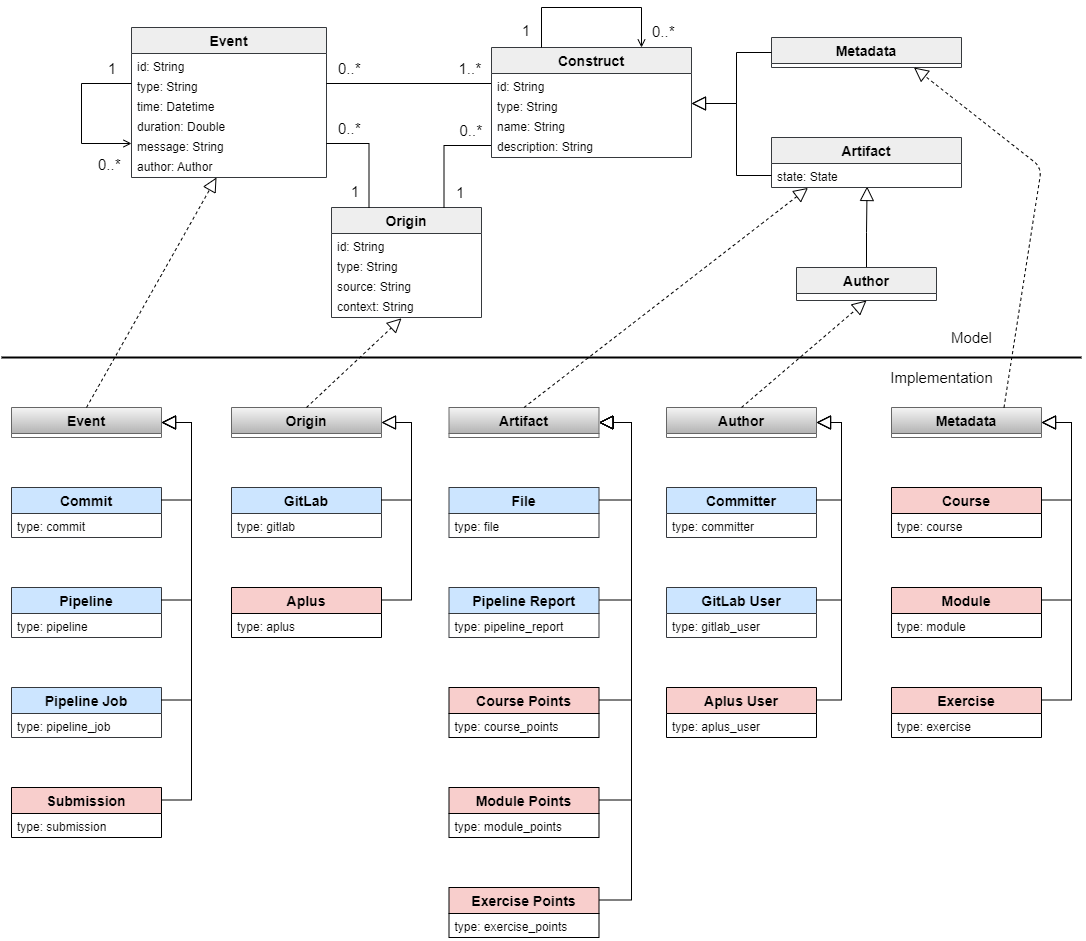
Before: documentation/adapters/general/images/model-implementation.png, a diagram exported from draw.io (heikkilv/VISDOM-data-management-system). Source tidied: cells renumbered, new cells last; positions are measured from the earlier drawing's top-left corner, leaving out a move shared by most shapes.
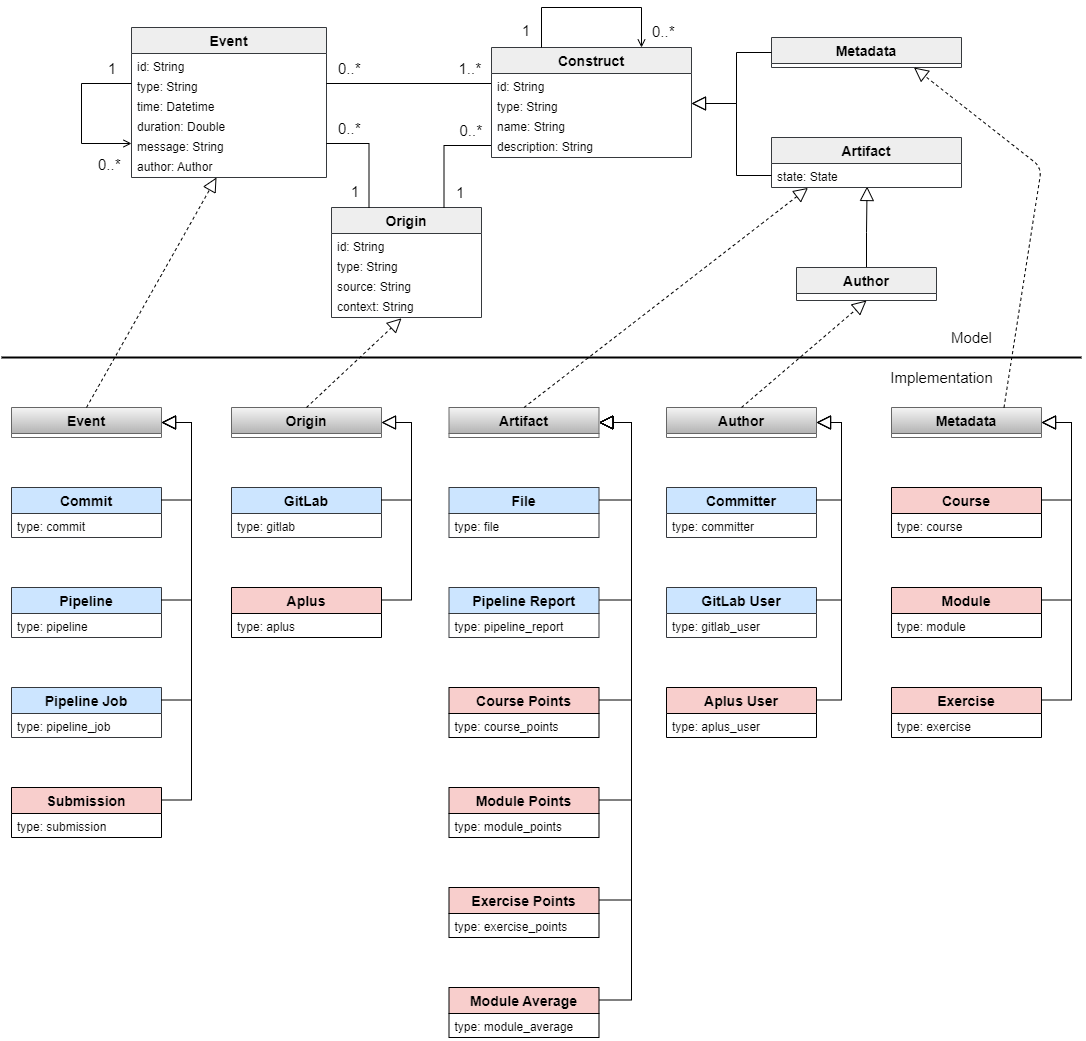
The same diagram one commit later.

Commit message:
Included module_average in the adapter documentation.

Change to the diagram source:
```diff
@@ -435,5 +435,19 @@
         </Array>
       </mxGeometry>
     </mxCell>
+    <mxCell id="105" value="Module Average" style="swimlane;fontStyle=1;horizontal=1;startSize=26;fillColor=#f8cecc;fontSize=14;spacing=0;strokeColor=#000000;" parent="1" vertex="1">
+      <mxGeometry x="447.5" y="980" width="150" height="50" as="geometry" />
+    </mxCell>
+    <mxCell id="106" value="type: module_average" style="text;strokeColor=none;fillColor=none;align=left;verticalAlign=top;spacingLeft=4;spacingRight=2;overflow=hidden;spacing=2;" parent="105" vertex="1">
+      <mxGeometry y="26" width="150" height="24" as="geometry" />
+    </mxCell>
+    <mxCell id="107" style="edgeStyle=orthogonalEdgeStyle;rounded=0;jettySize=auto;html=1;fontSize=14;startArrow=none;startFill=0;endArrow=block;endFill=0;endSize=12;exitX=1;exitY=0.25;exitDx=0;exitDy=0;entryX=1;entryY=0.5;entryDx=0;entryDy=0;" parent="1" edge="1" source="105" target="45">
+      <mxGeometry relative="1" as="geometry">
+        <Array as="points">
+          <mxPoint x="630" y="993" />
+          <mxPoint x="630" y="415" />
+        </Array>
+      </mxGeometry>
+    </mxCell>
   </root>
 </mxGraphModel>
```
